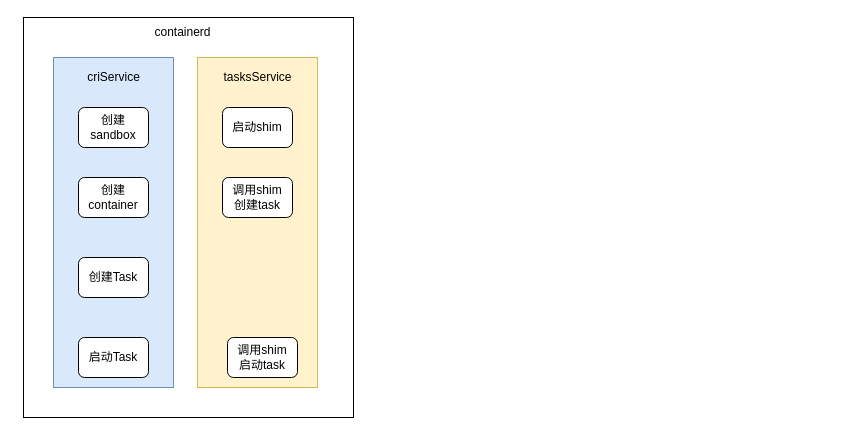
gxxxh/gxxxh.github.io keeps this draw.io diagram as 杂七杂八的东西/hexo使用教程/containerd_rund.drawio. Above is the earlier version. Source tidied: cells renumbered, new cells numbered last; positions are measured from the earlier drawing's top-left corner, leaving out a move shared by most shapes. Both pictures are drawn from the tidied source at 100%, with x=0, y=0 at pixel (23, 17).
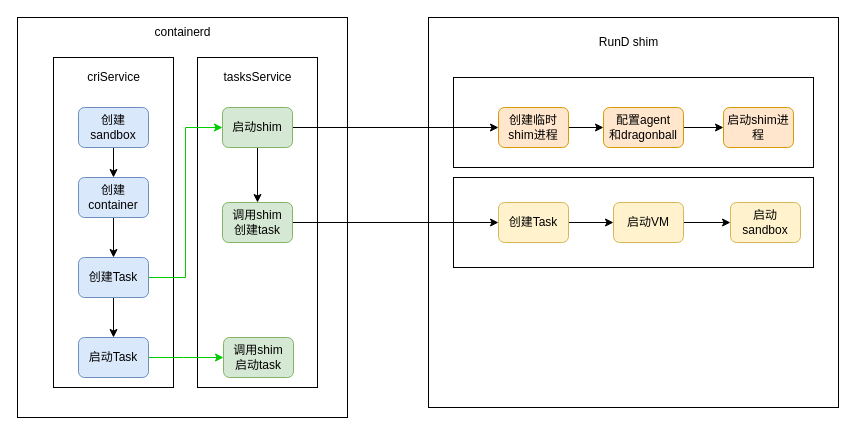
After the change.

Diff of the diagram source:
```diff
@@
+    <mxCell id="15" style="rounded=0;whiteSpace=wrap;html=1;" parent="1" vertex="1">
+      <mxGeometry x="405" width="410" height="390" as="geometry" />
+    </mxCell>
+    <mxCell id="16" style="rounded=0;whiteSpace=wrap;html=1;" parent="1" vertex="1">
+      <mxGeometry x="430" y="160" width="360" height="90" as="geometry" />
+    </mxCell>
+    <mxCell id="17" style="rounded=0;whiteSpace=wrap;html=1;" parent="1" vertex="1">
+      <mxGeometry x="430" y="60" width="360" height="90" as="geometry" />
+    </mxCell>
     <mxCell id="2" style="rounded=0;whiteSpace=wrap;html=1;" parent="1" vertex="1">
-      <mxGeometry width="330" height="400" as="geometry" />
+      <mxGeometry x="-6" width="330" height="400" as="geometry" />
     </mxCell>
-    <mxCell id="3" style="rounded=0;whiteSpace=wrap;html=1;fillColor=#dae8fc;strokeColor=#6c8ebf;" parent="1" vertex="1">
+    <mxCell id="3" style="rounded=0;whiteSpace=wrap;html=1;" parent="1" vertex="1">
       <mxGeometry x="30" y="40" width="120" height="330" as="geometry" />
     </mxCell>
@@
-    <mxCell id="5" style="rounded=0;whiteSpace=wrap;html=1;fillColor=#fff2cc;strokeColor=#d6b656;" parent="1" vertex="1">
+    <mxCell id="5" style="rounded=0;whiteSpace=wrap;html=1;" parent="1" vertex="1">
       <mxGeometry x="174" y="40" width="120" height="330" as="geometry" />
     </mxCell>
@@
+    <mxCell id="18" style="edgeStyle=orthogonalEdgeStyle;rounded=0;jettySize=auto;html=1;exitX=0.5;exitY=1;exitDx=0;exitDy=0;entryX=0.5;entryY=0;entryDx=0;entryDy=0;" parent="1" edge="1" source="7" target="8">
+      <mxGeometry relative="1" as="geometry" />
+    </mxCell>
-    <mxCell id="7" value="创建sandbox" style="rounded=1;whiteSpace=wrap;html=1;" parent="1" vertex="1">
+    <mxCell id="7" value="创建sandbox" style="rounded=1;whiteSpace=wrap;html=1;fillColor=#dae8fc;strokeColor=#6c8ebf;" parent="1" vertex="1">
       <mxGeometry x="55" y="90" width="70" height="40" as="geometry" />
     </mxCell>
+    <mxCell id="19" style="edgeStyle=orthogonalEdgeStyle;rounded=0;jettySize=auto;html=1;exitX=0.5;exitY=1;exitDx=0;exitDy=0;" parent="1" edge="1" source="8" target="9">
+      <mxGeometry relative="1" as="geometry" />
+    </mxCell>
-    <mxCell id="8" value="创建container" style="rounded=1;whiteSpace=wrap;html=1;" parent="1" vertex="1">
+    <mxCell id="8" value="创建container" style="rounded=1;whiteSpace=wrap;html=1;fillColor=#dae8fc;strokeColor=#6c8ebf;" parent="1" vertex="1">
       <mxGeometry x="55" y="160" width="70" height="40" as="geometry" />
     </mxCell>
+    <mxCell id="20" style="edgeStyle=orthogonalEdgeStyle;rounded=0;jettySize=auto;html=1;exitX=0.5;exitY=1;exitDx=0;exitDy=0;entryX=0.5;entryY=0;entryDx=0;entryDy=0;" parent="1" edge="1" source="9" target="10">
+      <mxGeometry relative="1" as="geometry" />
+    </mxCell>
+    <mxCell id="21" style="edgeStyle=orthogonalEdgeStyle;rounded=0;jettySize=auto;html=1;exitX=1;exitY=0.5;exitDx=0;exitDy=0;entryX=0;entryY=0.5;entryDx=0;entryDy=0;strokeColor=#00CC00;" parent="1" edge="1" source="9" target="11">
+      <mxGeometry relative="1" as="geometry" />
+    </mxCell>
-    <mxCell id="9" value="创建Task" style="rounded=1;whiteSpace=wrap;html=1;" parent="1" vertex="1">
+    <mxCell id="9" value="创建Task" style="rounded=1;whiteSpace=wrap;html=1;fillColor=#dae8fc;strokeColor=#6c8ebf;" parent="1" vertex="1">
       <mxGeometry x="55" y="240" width="70" height="40" as="geometry" />
     </mxCell>
+    <mxCell id="22" style="edgeStyle=orthogonalEdgeStyle;rounded=0;jettySize=auto;html=1;exitX=1;exitY=0.5;exitDx=0;exitDy=0;entryX=0;entryY=0.5;entryDx=0;entryDy=0;strokeColor=#00CC00;" parent="1" edge="1" source="10" target="13">
+      <mxGeometry relative="1" as="geometry">
+        <Array as="points">
+          <mxPoint x="160" y="340" />
+          <mxPoint x="160" y="340" />
+        </Array>
+      </mxGeometry>
+    </mxCell>
-    <mxCell id="10" value="启动Task" style="rounded=1;whiteSpace=wrap;html=1;" parent="1" vertex="1">
+    <mxCell id="10" value="启动Task" style="rounded=1;whiteSpace=wrap;html=1;fillColor=#dae8fc;strokeColor=#6c8ebf;" parent="1" vertex="1">
       <mxGeometry x="55" y="320" width="70" height="40" as="geometry" />
     </mxCell>
+    <mxCell id="23" style="edgeStyle=orthogonalEdgeStyle;rounded=0;jettySize=auto;html=1;exitX=0.5;exitY=1;exitDx=0;exitDy=0;entryX=0.5;entryY=0;entryDx=0;entryDy=0;" parent="1" edge="1" source="11" target="12">
+      <mxGeometry relative="1" as="geometry" />
+    </mxCell>
+    <mxCell id="24" style="edgeStyle=orthogonalEdgeStyle;rounded=0;jettySize=auto;html=1;exitX=1;exitY=0.5;exitDx=0;exitDy=0;" parent="1" edge="1" source="11" target="28">
+      <mxGeometry relative="1" as="geometry" />
+    </mxCell>
-    <mxCell id="11" value="启动shim" style="rounded=1;whiteSpace=wrap;html=1;" parent="1" vertex="1">
+    <mxCell id="11" value="启动shim" style="rounded=1;whiteSpace=wrap;html=1;fillColor=#d5e8d4;strokeColor=#82b366;" parent="1" vertex="1">
       <mxGeometry x="199" y="90" width="70" height="40" as="geometry" />
     </mxCell>
+    <mxCell id="25" style="edgeStyle=orthogonalEdgeStyle;rounded=0;jettySize=auto;html=1;exitX=1;exitY=0.5;exitDx=0;exitDy=0;entryX=0;entryY=0.5;entryDx=0;entryDy=0;" parent="1" edge="1" source="12" target="33">
+      <mxGeometry relative="1" as="geometry" />
+    </mxCell>
-    <mxCell id="12" value="调用shim&lt;br&gt;创建task" style="rounded=1;whiteSpace=wrap;html=1;" parent="1" vertex="1">
-      <mxGeometry x="199" y="160" width="70" height="40" as="geometry" />
+    <mxCell id="12" value="调用shim&lt;br&gt;创建task" style="rounded=1;whiteSpace=wrap;html=1;fillColor=#d5e8d4;strokeColor=#82b366;" parent="1" vertex="1">
+      <mxGeometry x="199" y="185" width="70" height="40" as="geometry" />
     </mxCell>
-    <mxCell id="13" value="调用shim&lt;br&gt;启动task" style="rounded=1;whiteSpace=wrap;html=1;" parent="1" vertex="1">
-      <mxGeometry x="204" y="320" width="70" height="40" as="geometry" />
+    <mxCell id="13" value="调用shim&lt;br&gt;启动task" style="rounded=1;whiteSpace=wrap;html=1;fillColor=#d5e8d4;strokeColor=#82b366;" parent="1" vertex="1">
+      <mxGeometry x="200" y="320" width="70" height="40" as="geometry" />
     </mxCell>
@@
+    <mxCell id="26" value="RunD shim" style="text;html=1;align=center;verticalAlign=middle;strokeColor=none;fillColor=none;" parent="1" vertex="1">
+      <mxGeometry x="565" y="10" width="80" height="30" as="geometry" />
+    </mxCell>
+    <mxCell id="27" style="edgeStyle=orthogonalEdgeStyle;rounded=0;jettySize=auto;html=1;exitX=1;exitY=0.5;exitDx=0;exitDy=0;entryX=0;entryY=0.5;entryDx=0;entryDy=0;" parent="1" edge="1" source="28" target="30">
+      <mxGeometry relative="1" as="geometry" />
+    </mxCell>
+    <mxCell id="28" value="创建临时shim进程" style="rounded=1;whiteSpace=wrap;html=1;fillColor=#ffe6cc;strokeColor=#d79b00;" parent="1" vertex="1">
+      <mxGeometry x="475" y="90" width="70" height="40" as="geometry" />
+    </mxCell>
+    <mxCell id="29" style="edgeStyle=orthogonalEdgeStyle;rounded=0;jettySize=auto;html=1;exitX=1;exitY=0.5;exitDx=0;exitDy=0;entryX=0;entryY=0.5;entryDx=0;entryDy=0;" parent="1" edge="1" source="30" target="31">
+      <mxGeometry relative="1" as="geometry" />
+    </mxCell>
+    <mxCell id="30" value="配置agent&lt;div&gt;和dragonball&lt;/div&gt;" style="rounded=1;whiteSpace=wrap;html=1;fillColor=#ffe6cc;strokeColor=#d79b00;" parent="1" vertex="1">
+      <mxGeometry x="580" y="90" width="80" height="40" as="geometry" />
+    </mxCell>
+    <mxCell id="31" value="启动shim进程" style="rounded=1;whiteSpace=wrap;html=1;fillColor=#ffe6cc;strokeColor=#d79b00;" parent="1" vertex="1">
+      <mxGeometry x="700" y="90" width="70" height="40" as="geometry" />
+    </mxCell>
+    <mxCell id="32" style="edgeStyle=orthogonalEdgeStyle;rounded=0;jettySize=auto;html=1;exitX=1;exitY=0.5;exitDx=0;exitDy=0;entryX=0;entryY=0.5;entryDx=0;entryDy=0;" parent="1" edge="1" source="33" target="35">
+      <mxGeometry relative="1" as="geometry" />
+    </mxCell>
+    <mxCell id="33" value="创建Task" style="rounded=1;whiteSpace=wrap;html=1;fillColor=#fff2cc;strokeColor=#d6b656;" parent="1" vertex="1">
+      <mxGeometry x="475" y="185" width="70" height="40" as="geometry" />
+    </mxCell>
+    <mxCell id="34" style="edgeStyle=orthogonalEdgeStyle;rounded=0;jettySize=auto;html=1;exitX=1;exitY=0.5;exitDx=0;exitDy=0;" parent="1" edge="1" source="35" target="36">
+      <mxGeometry relative="1" as="geometry" />
+    </mxCell>
+    <mxCell id="35" value="启动VM" style="rounded=1;whiteSpace=wrap;html=1;fillColor=#fff2cc;strokeColor=#d6b656;" parent="1" vertex="1">
+      <mxGeometry x="590" y="185" width="70" height="40" as="geometry" />
+    </mxCell>
+    <mxCell id="36" value="启动sandbox" style="rounded=1;whiteSpace=wrap;html=1;fillColor=#fff2cc;strokeColor=#d6b656;" parent="1" vertex="1">
+      <mxGeometry x="707" y="185" width="70" height="40" as="geometry" />
+    </mxCell>
```
